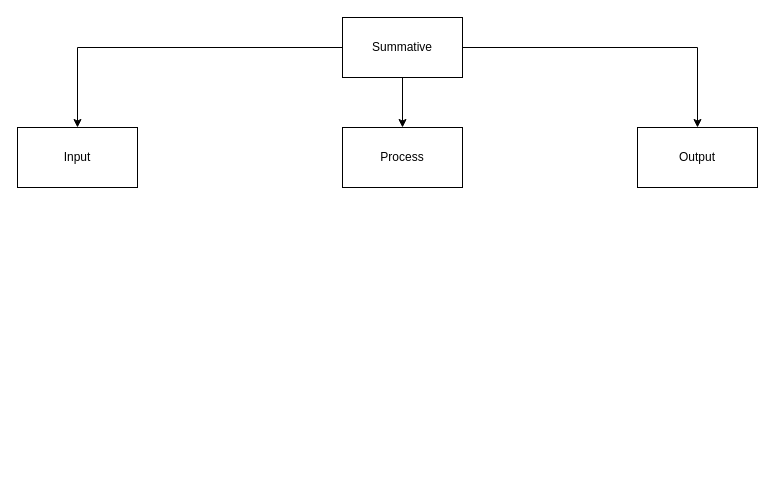
Earlier version of the draw.io diagram summative.drawio (mh-anwar/ICS3U1). Source tidied: cells renumbered, new cells numbered last; positions are measured from the earlier drawing's top-left corner, leaving out a move shared by most shapes. Both pictures are drawn from the tidied source at 100%, with x=0, y=0 at pixel (17, 17).
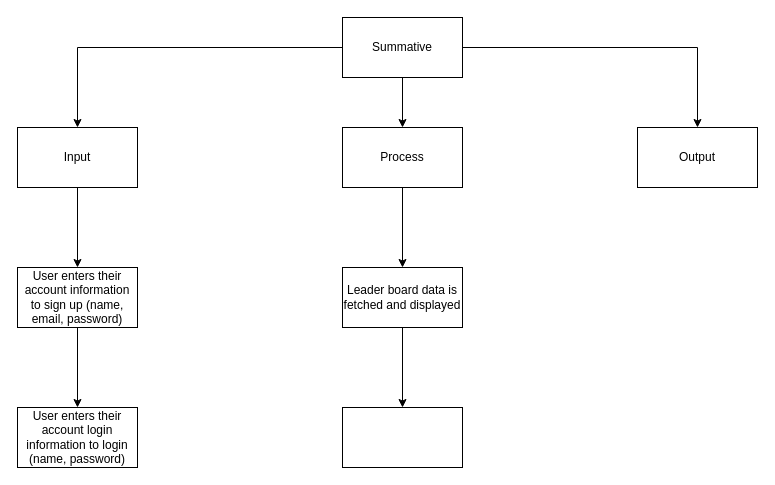
Above is the later version.

Change to the diagram source:
```diff
@@
 <mxGraphModel>
   <root>
     <mxCell id="0" />
     <mxCell id="1" parent="0" />
     <mxCell id="2" style="edgeStyle=orthogonalEdgeStyle;rounded=0;jettySize=auto;html=1;" parent="1" edge="1" source="5" target="6">
       <mxGeometry relative="1" as="geometry" />
     </mxCell>
     <mxCell id="3" style="edgeStyle=orthogonalEdgeStyle;rounded=0;jettySize=auto;html=1;" parent="1" edge="1" source="5" target="7">
       <mxGeometry relative="1" as="geometry" />
     </mxCell>
     <mxCell id="4" style="edgeStyle=orthogonalEdgeStyle;rounded=0;jettySize=auto;html=1;" parent="1" edge="1" source="5" target="8">
       <mxGeometry relative="1" as="geometry" />
     </mxCell>
     <mxCell id="5" value="Summative" style="rounded=0;whiteSpace=wrap;html=1;" parent="1" vertex="1">
       <mxGeometry x="325" width="120" height="60" as="geometry" />
     </mxCell>
+    <mxCell id="9" style="edgeStyle=orthogonalEdgeStyle;rounded=0;jettySize=auto;html=1;" parent="1" edge="1" source="6" target="12">
+      <mxGeometry relative="1" as="geometry" />
+    </mxCell>
     <mxCell id="6" value="Input" style="whiteSpace=wrap;html=1;rounded=0;" parent="1" vertex="1">
       <mxGeometry y="110" width="120" height="60" as="geometry" />
     </mxCell>
+    <mxCell id="10" style="edgeStyle=orthogonalEdgeStyle;rounded=0;jettySize=auto;html=1;" parent="1" edge="1" source="7" target="14">
+      <mxGeometry relative="1" as="geometry" />
+    </mxCell>
     <mxCell id="7" value="Process" style="whiteSpace=wrap;html=1;rounded=0;" parent="1" vertex="1">
       <mxGeometry x="325" y="110" width="120" height="60" as="geometry" />
     </mxCell>
     <mxCell id="8" value="Output" style="whiteSpace=wrap;html=1;rounded=0;" parent="1" vertex="1">
       <mxGeometry x="620" y="110" width="120" height="60" as="geometry" />
     </mxCell>
+    <mxCell id="11" style="edgeStyle=orthogonalEdgeStyle;rounded=0;jettySize=auto;html=1;" parent="1" edge="1" source="12" target="16">
+      <mxGeometry relative="1" as="geometry" />
+    </mxCell>
+    <mxCell id="12" value="User enters their account information to sign up (name, email, password)" style="whiteSpace=wrap;html=1;rounded=0;" parent="1" vertex="1">
+      <mxGeometry y="250" width="120" height="60" as="geometry" />
+    </mxCell>
+    <mxCell id="13" style="edgeStyle=orthogonalEdgeStyle;rounded=0;jettySize=auto;html=1;" parent="1" edge="1" source="14" target="15">
+      <mxGeometry relative="1" as="geometry" />
+    </mxCell>
+    <mxCell id="14" value="Leader board data is fetched and displayed" style="whiteSpace=wrap;html=1;rounded=0;" parent="1" vertex="1">
+      <mxGeometry x="325" y="250" width="120" height="60" as="geometry" />
+    </mxCell>
+    <mxCell id="15" style="whiteSpace=wrap;html=1;rounded=0;" parent="1" vertex="1">
+      <mxGeometry x="325" y="390" width="120" height="60" as="geometry" />
+    </mxCell>
+    <mxCell id="16" value="User enters their account login information to login (name, password)" style="whiteSpace=wrap;html=1;rounded=0;" parent="1" vertex="1">
+      <mxGeometry y="390" width="120" height="60" as="geometry" />
+    </mxCell>
   </root>
 </mxGraphModel>
```
